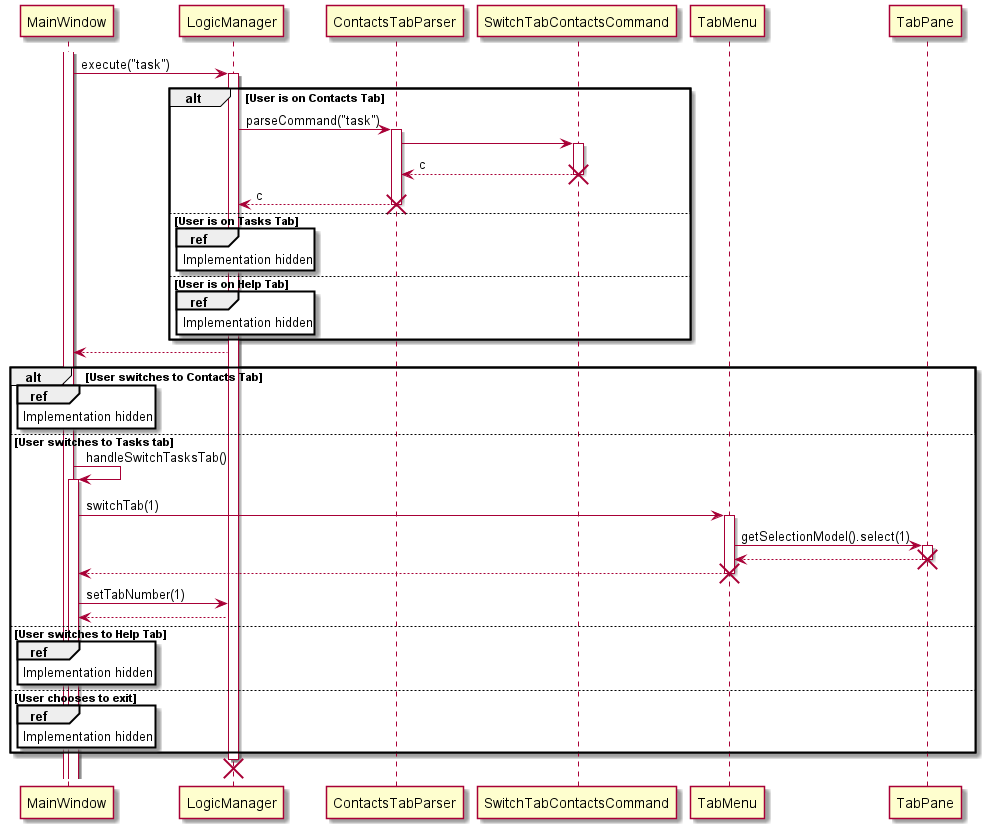
This is docs/diagrams/TabSystemSequenceDiagram.png from nus-cs2103-AY2122S1/tp, a PlantUML export, as it was before one commit. The source it was exported from:
```plantuml
@startuml
participant MainWindow

activate MainWindow
MainWindow -> LogicManager: execute("task")
activate LogicManager

alt User is on Contacts Tab
	LogicManager -> ContactsTabParser: parseCommand("task")
	activate ContactsTabParser
	ContactsTabParser -> SwitchTabContactsCommand
	activate SwitchTabContactsCommand
	SwitchTabContactsCommand --> ContactsTabParser: c
	destroy SwitchTabContactsCommand
	ContactsTabParser --> LogicManager: c
	destroy ContactsTabParser
else User is on Tasks Tab
	ref over LogicManager : Implementation hidden

else User is on Help Tab
	ref over LogicManager : Implementation hidden
end
LogicManager --> MainWindow

alt User switches to Contacts Tab
	ref over MainWindow : Implementation hidden
else User switches to Tasks tab
	MainWindow -> MainWindow: handleSwitchTasksTab()
	activate MainWindow
	MainWindow -> TabMenu: switchTab(1)
	activate TabMenu
	TabMenu -> TabPane: getSelectionModel().select(1)
	activate TabPane
	TabPane --> TabMenu
	destroy TabPane
	TabMenu --> MainWindow
	destroy TabMenu
	MainWindow -> LogicManager: setTabNumber(1)
	LogicManager --> MainWindow
else User switches to Help Tab
	ref over MainWindow : Implementation hidden
else User chooses to exit
	ref over MainWindow : Implementation hidden
end
	destroy LogicManager
@enduml
```
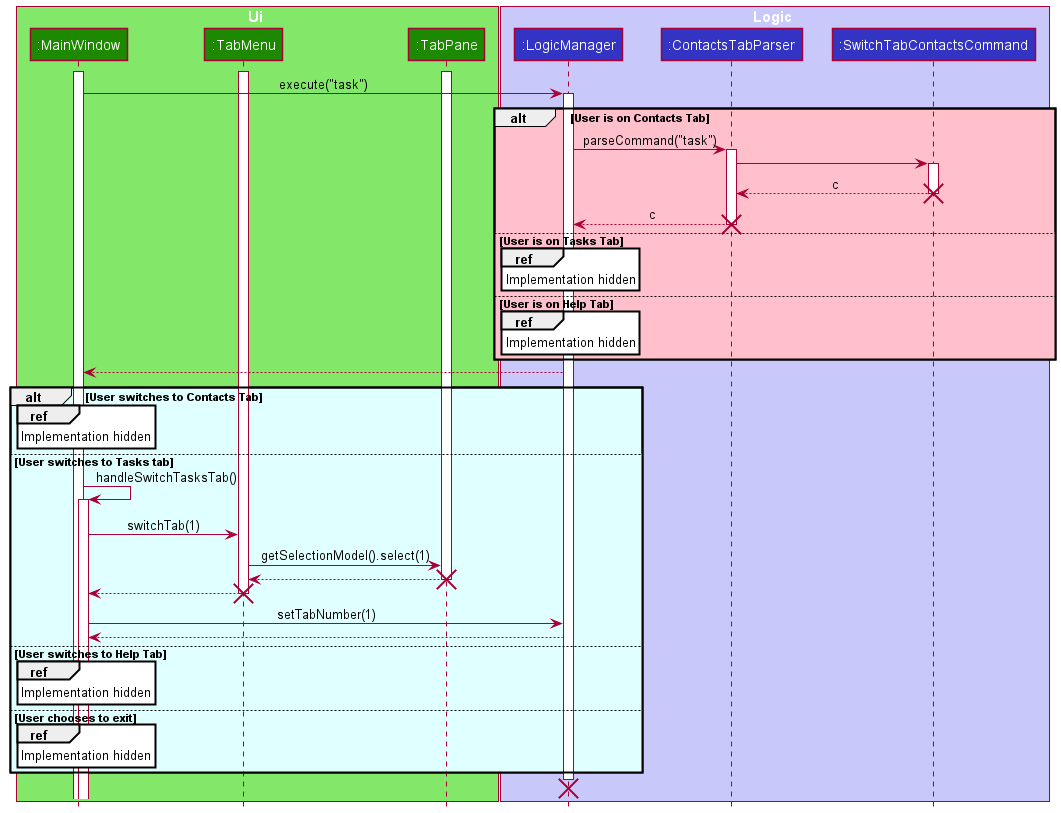
Later version of the same file.

Commit message:
Update TabSystem Sequence diagram

The edit, as a diff of the source:
```diff
@@ -1,11 +1,24 @@
 @startuml
-participant MainWindow
+!include style.puml
+box Ui UI_COLOR_T1
+participant ":MainWindow" as MainWindow UI_COLOR
+participant ":TabMenu" as TabMenu UI_COLOR
+participant ":TabPane" as TabPane UI_COLOR
 
 activate MainWindow
+activate TabMenu
+activate TabPane
+end box
+
+box Logic LOGIC_COLOR_T1
+participant ":LogicManager" as LogicManager LOGIC_COLOR
+participant ":ContactsTabParser" as ContactsTabParser LOGIC_COLOR
+participant ":SwitchTabContactsCommand" as SwitchTabContactsCommand LOGIC_COLOR
 MainWindow -> LogicManager: execute("task")
 activate LogicManager
 
-alt User is on Contacts Tab
+
+alt #pink User is on Contacts Tab
 	LogicManager -> ContactsTabParser: parseCommand("task")
 	activate ContactsTabParser
 	ContactsTabParser -> SwitchTabContactsCommand
@@ -22,15 +35,13 @@
 end
 LogicManager --> MainWindow
 
-alt User switches to Contacts Tab
+alt #lightcyan User switches to Contacts Tab
 	ref over MainWindow : Implementation hidden
 else User switches to Tasks tab
 	MainWindow -> MainWindow: handleSwitchTasksTab()
 	activate MainWindow
 	MainWindow -> TabMenu: switchTab(1)
-	activate TabMenu
 	TabMenu -> TabPane: getSelectionModel().select(1)
-	activate TabPane
 	TabPane --> TabMenu
 	destroy TabPane
 	TabMenu --> MainWindow
```
